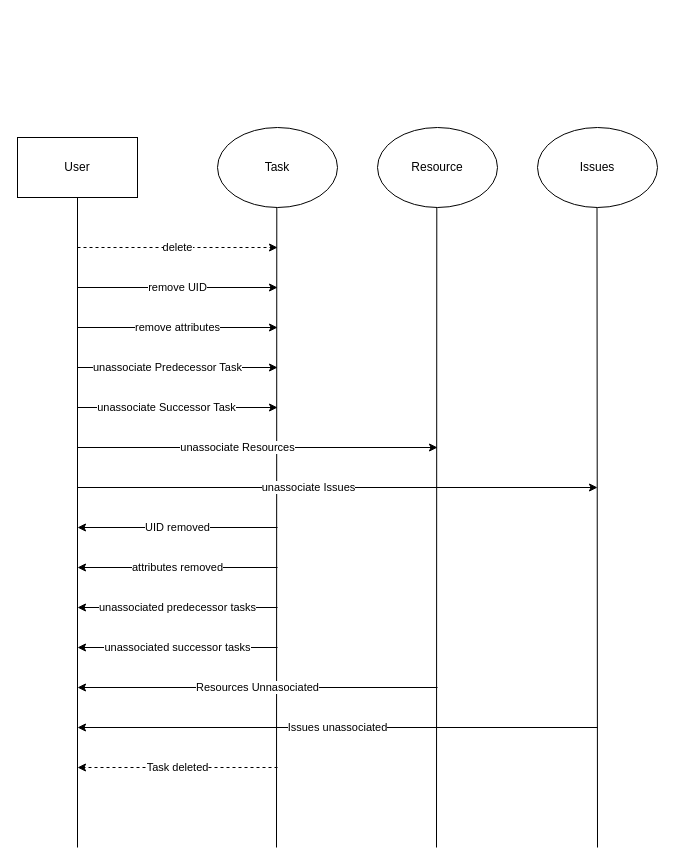
Above: diagrams/delete Task.drawio in alicebalayan/comp380---project3 (draw.io), before the change. Source tidied: cells renumbered, new cells numbered last; positions are measured from the earlier drawing's top-left corner, leaving out a move shared by most shapes. Both pictures are drawn from the tidied source at 100%, with x=0, y=0 at pixel (17, 127).
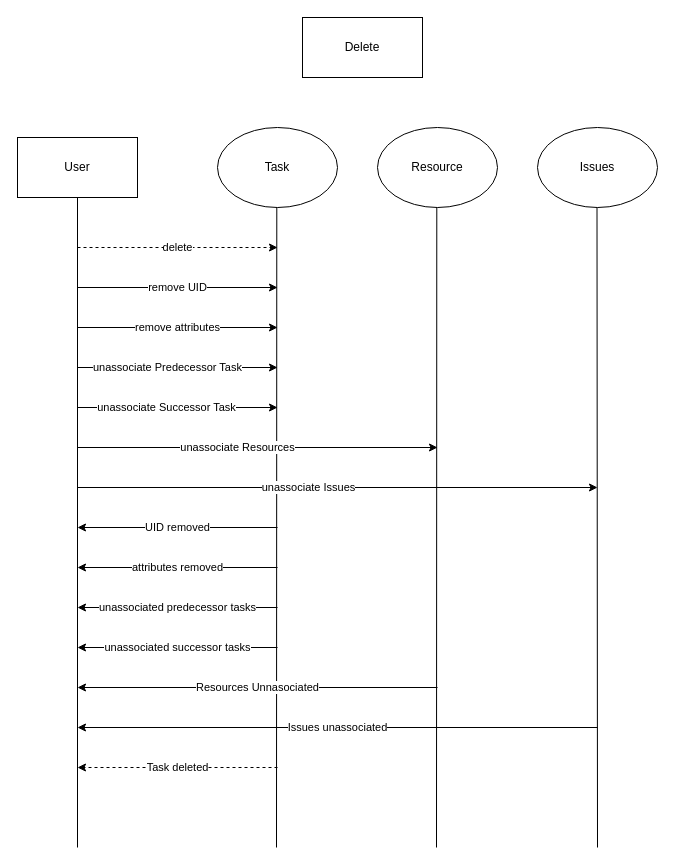
After the change.

Diff of the diagram source:
```diff
@@
+    <mxCell id="24" value="Delete" style="rounded=0;whiteSpace=wrap;html=1;" parent="1" vertex="1">
+      <mxGeometry x="285" y="-110" width="120" height="60" as="geometry" />
+    </mxCell>
```
